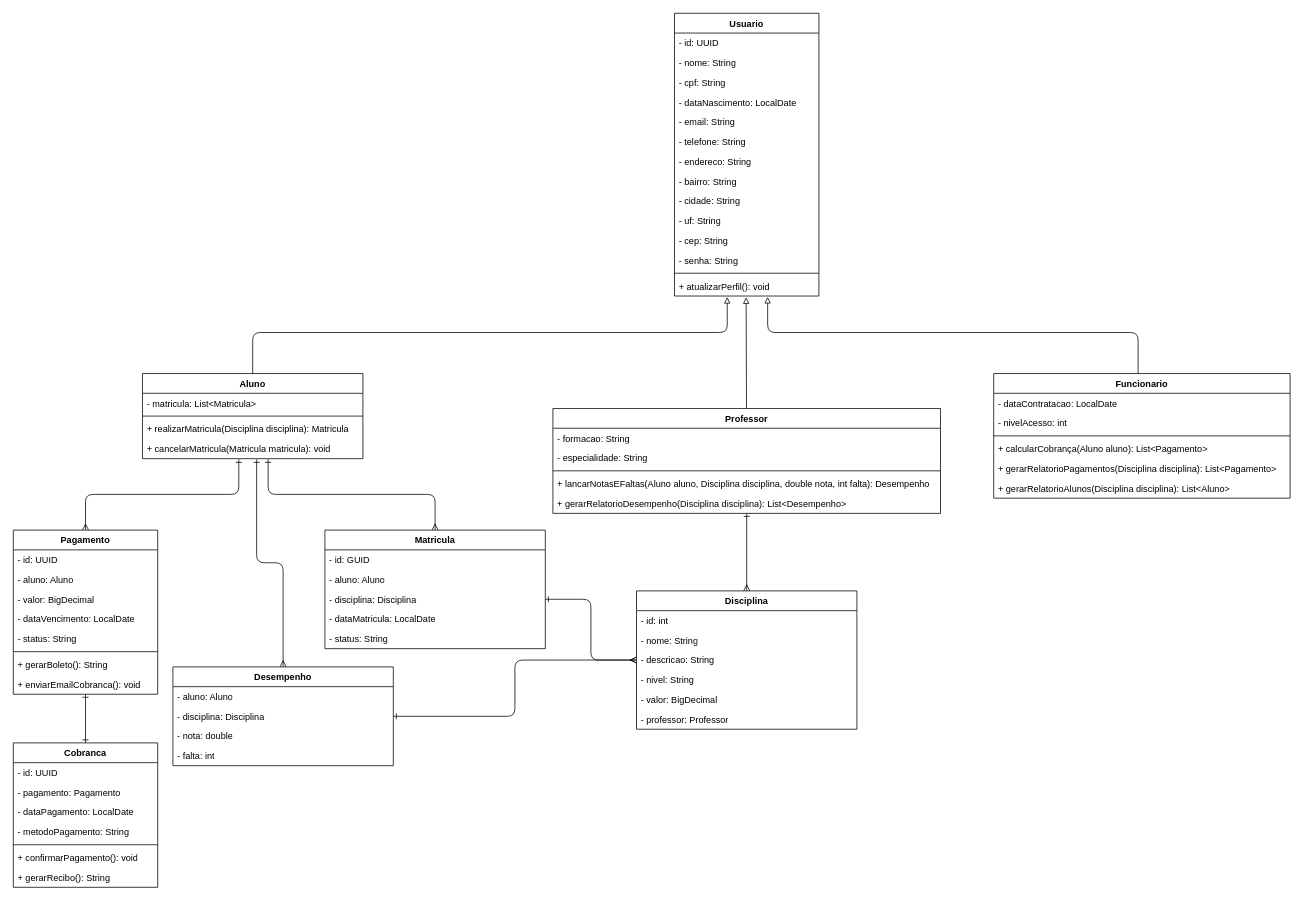
Earlier version of the draw.io diagram edugo_tcc/src/main/java/com/edugo/edugo_tcc/diagramas/diagramas.drawio (ricajust/monolito). Source tidied: cells renumbered, new cells numbered last; positions are measured from the earlier drawing's top-left corner, leaving out a move shared by most shapes. Both pictures are drawn from the tidied source at 76%, with x=0, y=0 at pixel (13, 13).
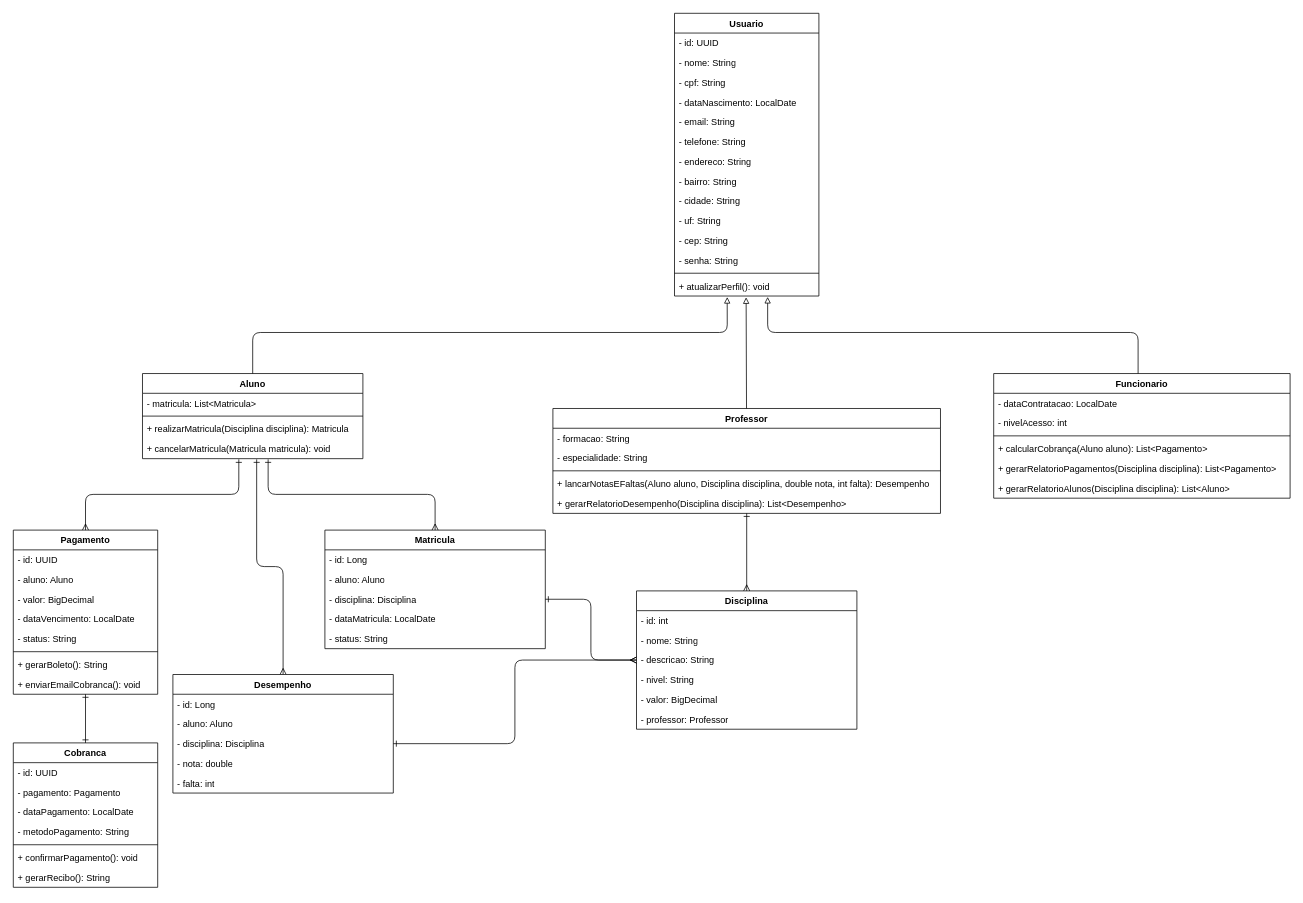
The same page after the edit.

Commit message:
feat: ajuste do diagrama Matricula e Desempenho

The change refers to these unchanged cells:
```xml
<mxCell id="43" value="Matricula" style="swimlane;fontStyle=1;align=center;verticalAlign=top;horizontal=1;startSize=26;whiteSpace=wrap;html=1;" parent="1" vertex="1">
  <mxGeometry x="410" y="680" width="290" height="156" as="geometry" />
</mxCell>
```

The edit, as a diff of the source:
```diff
@@
-    <mxCell id="44" value="- id: GUID" style="text;strokeColor=none;fillColor=none;align=left;verticalAlign=top;spacingLeft=4;spacingRight=4;overflow=hidden;whiteSpace=wrap;html=1;" parent="43" vertex="1">
+    <mxCell id="44" value="- id: Long" style="text;strokeColor=none;fillColor=none;align=left;verticalAlign=top;spacingLeft=4;spacingRight=4;overflow=hidden;whiteSpace=wrap;html=1;" parent="43" vertex="1">
       <mxGeometry y="26" width="290" height="26" as="geometry" />
     </mxCell>
@@
     <mxCell id="59" value="Desempenho" style="swimlane;fontStyle=1;align=center;verticalAlign=top;horizontal=1;startSize=26;whiteSpace=wrap;html=1;" parent="1" vertex="1">
-      <mxGeometry x="210" y="860" width="290" height="130" as="geometry" />
+      <mxGeometry x="210" y="870" width="290" height="156" as="geometry" />
     </mxCell>
+    <mxCell id="80" value="- id: Long" style="text;strokeColor=none;fillColor=none;align=left;verticalAlign=top;spacingLeft=4;spacingRight=4;overflow=hidden;whiteSpace=wrap;html=1;" parent="59" vertex="1">
+      <mxGeometry y="26" width="290" height="26" as="geometry" />
+    </mxCell>
     <mxCell id="60" value="- aluno: Aluno" style="text;strokeColor=none;fillColor=none;align=left;verticalAlign=top;spacingLeft=4;spacingRight=4;overflow=hidden;whiteSpace=wrap;html=1;" parent="59" vertex="1">
-      <mxGeometry y="26" width="290" height="26" as="geometry" />
+      <mxGeometry y="52" width="290" height="26" as="geometry" />
     </mxCell>
     <mxCell id="61" value="- disciplina: Disciplina" style="text;strokeColor=none;fillColor=none;align=left;verticalAlign=top;spacingLeft=4;spacingRight=4;overflow=hidden;points=[[0,0.5],[1,0.5]];portConstraint=eastwest;whiteSpace=wrap;html=1;" parent="59" vertex="1">
-      <mxGeometry y="52" width="290" height="26" as="geometry" />
+      <mxGeometry y="78" width="290" height="26" as="geometry" />
     </mxCell>
     <mxCell id="62" value="- nota: double" style="text;strokeColor=none;fillColor=none;align=left;verticalAlign=top;spacingLeft=4;spacingRight=4;overflow=hidden;whiteSpace=wrap;html=1;" parent="59" vertex="1">
-      <mxGeometry y="78" width="290" height="26" as="geometry" />
+      <mxGeometry y="104" width="290" height="26" as="geometry" />
     </mxCell>
     <mxCell id="63" value="- falta: int" style="text;strokeColor=none;fillColor=none;align=left;verticalAlign=top;spacingLeft=4;spacingRight=4;overflow=hidden;whiteSpace=wrap;html=1;" parent="59" vertex="1">
-      <mxGeometry y="104" width="290" height="26" as="geometry" />
+      <mxGeometry y="130" width="290" height="26" as="geometry" />
     </mxCell>
```
